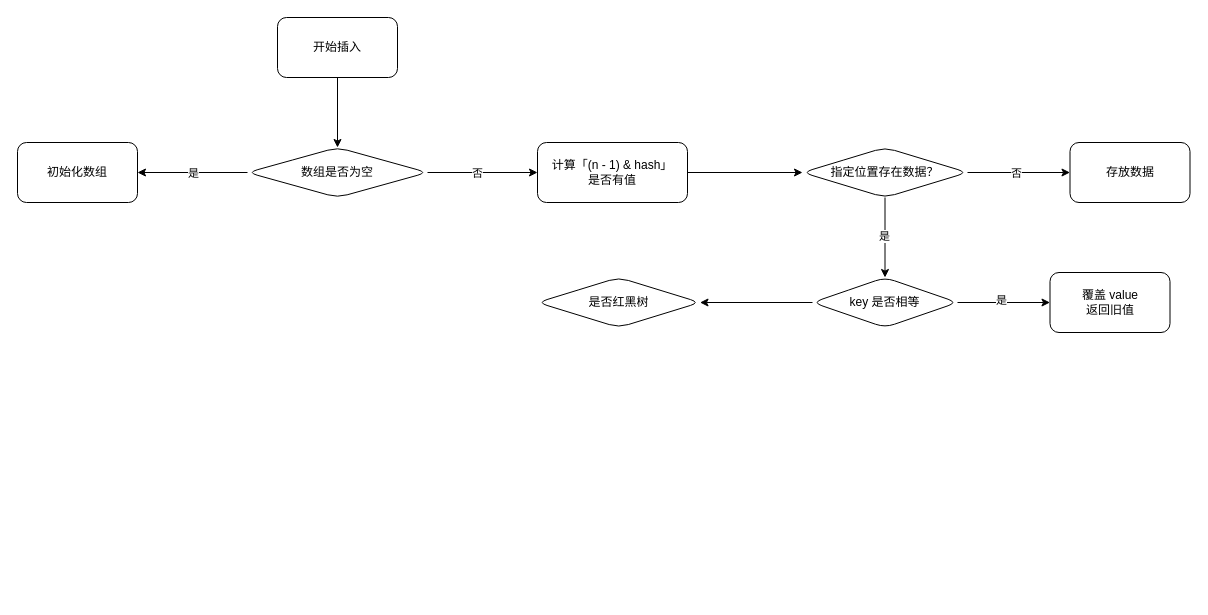
Before: HashMap 插入过程.drawio in HaiHuangCHN/diagrams, a draw.io diagram. Source tidied: cells renumbered, new cells numbered last; positions are measured from the earlier drawing's top-left corner, leaving out a move shared by most shapes. Both pictures are drawn from the tidied source at 100%, with x=0, y=0 at pixel (17, 17).
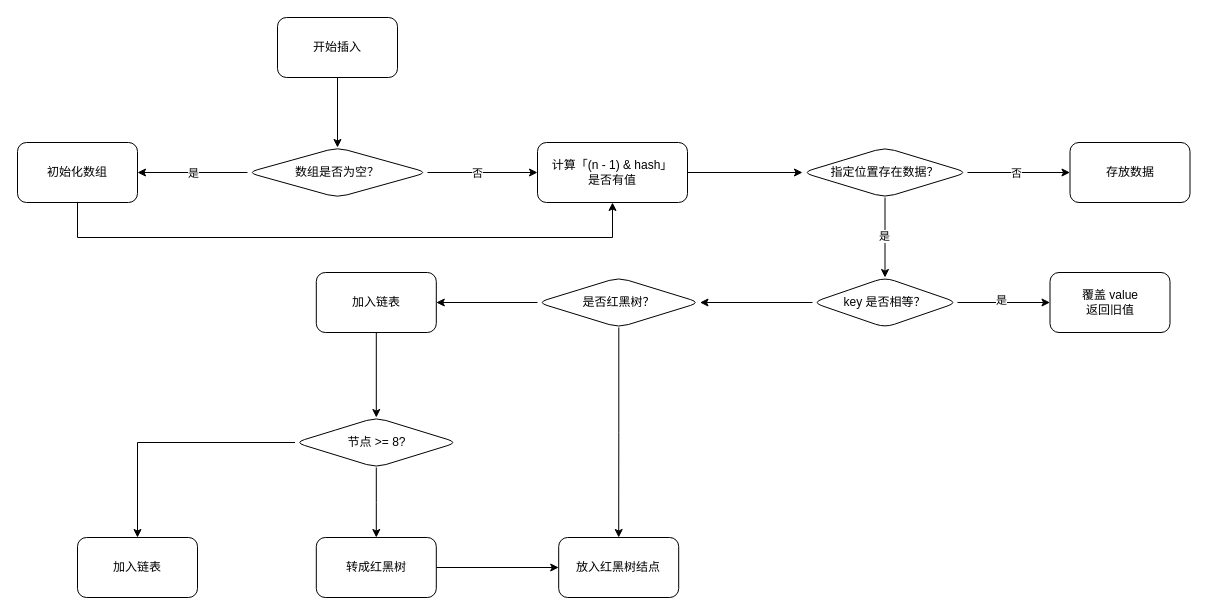
The same page after the edit.

Commit message:
更新HashMap 插入过程.drawio

The change refers to these unchanged cells:
```xml
<mxCell id="9" value="初始化数组" style="whiteSpace=wrap;html=1;rounded=1;" parent="1" vertex="1">
  <mxGeometry y="125" width="120" height="60" as="geometry" />
</mxCell>
<mxCell id="11" value="计算「&lt;span style=&quot;background-color: transparent; color: light-dark(rgb(0, 0, 0), rgb(255, 255, 255));&quot;&gt;(n - 1) &amp;amp; hash」&lt;/span&gt;&lt;div&gt;&lt;span style=&quot;background-color: transparent; color: light-dark(rgb(0, 0, 0), rgb(255, 255, 255));&quot;&gt;是否有值&lt;/span&gt;&lt;/div&gt;" style="whiteSpace=wrap;html=1;rounded=1;" parent="1" vertex="1">
  <mxGeometry x="520" y="125" width="150" height="60" as="geometry" />
</mxCell>
```

Diff of the diagram source:
```diff
@@
-    <mxCell id="8" value="数组是否为空" style="rhombus;whiteSpace=wrap;html=1;rounded=1;" parent="1" vertex="1">
+    <mxCell id="8" value="数组是否为空？" style="rhombus;whiteSpace=wrap;html=1;rounded=1;" parent="1" vertex="1">
       <mxGeometry x="230" y="130" width="180" height="50" as="geometry" />
     </mxCell>
+    <mxCell id="24" style="edgeStyle=orthogonalEdgeStyle;rounded=0;jettySize=auto;html=1;entryX=0.5;entryY=1;entryDx=0;entryDy=0;" parent="1" edge="1" source="9" target="11">
+      <mxGeometry relative="1" as="geometry">
+        <Array as="points">
+          <mxPoint x="60" y="220" />
+          <mxPoint x="595" y="220" />
+        </Array>
+      </mxGeometry>
+    </mxCell>
@@
-    <mxCell id="21" value="key 是否相等" style="rhombus;whiteSpace=wrap;html=1;rounded=1;" parent="1" vertex="1">
+    <mxCell id="21" value="key 是否相等？" style="rhombus;whiteSpace=wrap;html=1;rounded=1;" parent="1" vertex="1">
       <mxGeometry x="795" y="260" width="145" height="50" as="geometry" />
     </mxCell>
@@
+    <mxCell id="25" style="edgeStyle=orthogonalEdgeStyle;rounded=0;jettySize=auto;html=1;" parent="1" edge="1" source="23" target="27">
+      <mxGeometry relative="1" as="geometry" />
+    </mxCell>
+    <mxCell id="26" style="edgeStyle=orthogonalEdgeStyle;rounded=0;jettySize=auto;html=1;" parent="1" edge="1" source="23" target="29">
+      <mxGeometry relative="1" as="geometry" />
+    </mxCell>
-    <mxCell id="23" value="是否红黑树" style="rhombus;whiteSpace=wrap;html=1;rounded=1;" parent="1" vertex="1">
+    <mxCell id="23" value="是否红黑树？" style="rhombus;whiteSpace=wrap;html=1;rounded=1;" parent="1" vertex="1">
       <mxGeometry x="520" y="260" width="162.5" height="50" as="geometry" />
     </mxCell>
+    <mxCell id="27" value="放入红黑树结点" style="whiteSpace=wrap;html=1;rounded=1;" parent="1" vertex="1">
+      <mxGeometry x="541.2" y="520" width="120" height="60" as="geometry" />
+    </mxCell>
+    <mxCell id="28" style="edgeStyle=orthogonalEdgeStyle;rounded=0;jettySize=auto;html=1;" parent="1" edge="1" source="29" target="32">
+      <mxGeometry relative="1" as="geometry" />
+    </mxCell>
+    <mxCell id="29" value="加入链表" style="whiteSpace=wrap;html=1;rounded=1;" parent="1" vertex="1">
+      <mxGeometry x="298.8" y="255" width="120" height="60" as="geometry" />
+    </mxCell>
+    <mxCell id="30" style="edgeStyle=orthogonalEdgeStyle;rounded=0;jettySize=auto;html=1;" parent="1" edge="1" source="32" target="34">
+      <mxGeometry relative="1" as="geometry" />
+    </mxCell>
+    <mxCell id="31" style="edgeStyle=orthogonalEdgeStyle;rounded=0;jettySize=auto;html=1;" parent="1" edge="1" source="32" target="35">
+      <mxGeometry relative="1" as="geometry" />
+    </mxCell>
+    <mxCell id="32" value="节点 &amp;gt;= 8?" style="rhombus;whiteSpace=wrap;html=1;rounded=1;" parent="1" vertex="1">
+      <mxGeometry x="277.5" y="400" width="162.5" height="50" as="geometry" />
+    </mxCell>
+    <mxCell id="33" style="edgeStyle=orthogonalEdgeStyle;rounded=0;jettySize=auto;html=1;entryX=0;entryY=0.5;entryDx=0;entryDy=0;" parent="1" edge="1" source="34" target="27">
+      <mxGeometry relative="1" as="geometry" />
+    </mxCell>
+    <mxCell id="34" value="转成红黑树" style="whiteSpace=wrap;html=1;rounded=1;" parent="1" vertex="1">
+      <mxGeometry x="298.8" y="520" width="120" height="60" as="geometry" />
+    </mxCell>
+    <mxCell id="35" value="加入链表" style="whiteSpace=wrap;html=1;rounded=1;" parent="1" vertex="1">
+      <mxGeometry x="60" y="520" width="120" height="60" as="geometry" />
+    </mxCell>
```
